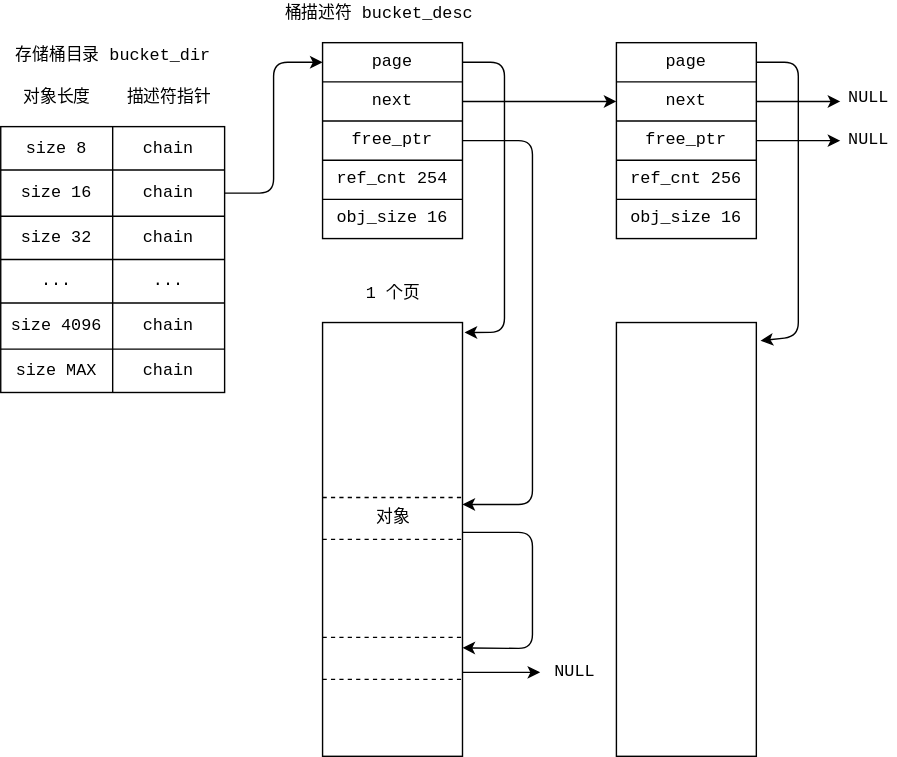
Above: img/bucket.drawio.svg in ustc-tamako/tamako (draw.io), before the change. Source tidied: cells renumbered, new cells last; positions are measured from the earlier drawing's top-left corner, leaving out a move shared by most shapes.
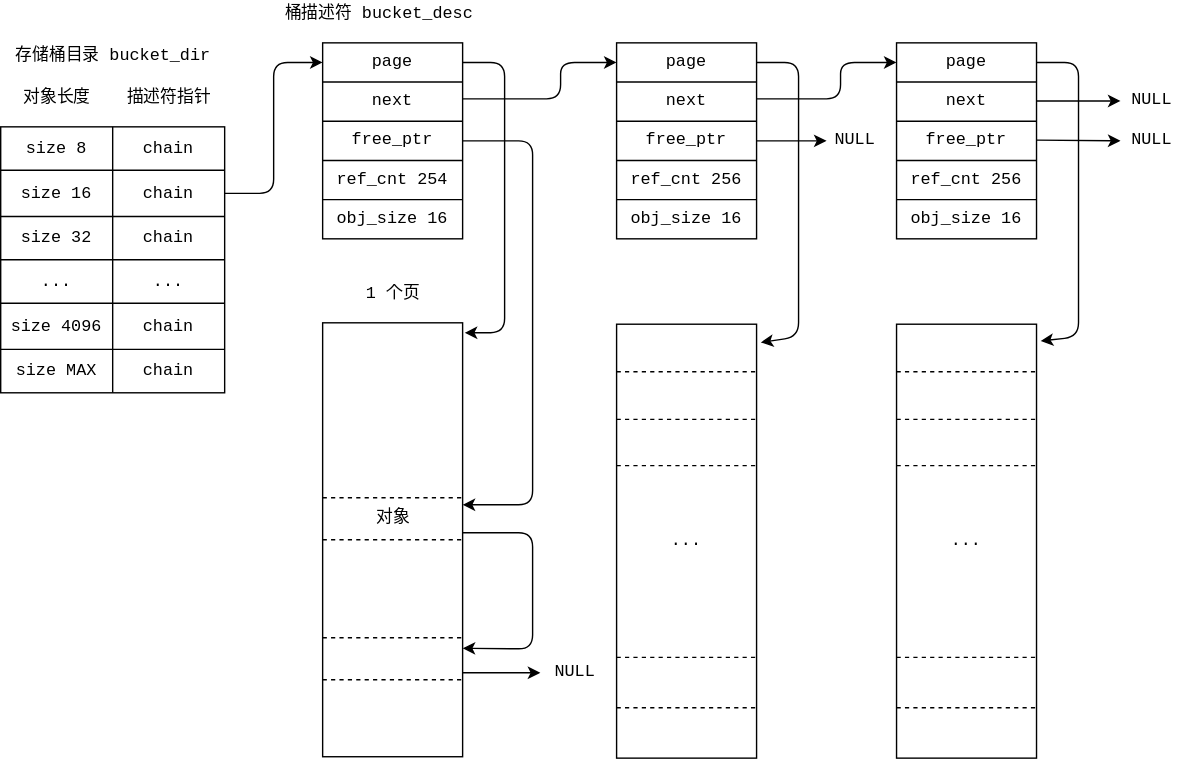
After the commit.

The edit, as a diff of the source:
```diff
@@ -140,15 +140,25 @@
     <mxCell id="47" value="obj_size 16" style="shape=partialRectangle;html=1;whiteSpace=wrap;overflow=hidden;fillColor=none;top=0;left=0;bottom=0;right=0;fontFamily=Courier New;fontSize=12;" parent="46" vertex="1">
       <mxGeometry width="100" height="28" as="geometry" />
     </mxCell>
-    <mxCell id="48" style="edgeStyle=none;html=1;fontFamily=Courier New;fontSize=12;entryX=0;entryY=0.5;entryDx=0;entryDy=0;" parent="1" edge="1" source="27" target="40">
-      <mxGeometry relative="1" as="geometry" />
+    <mxCell id="48" style="edgeStyle=none;html=1;fontFamily=Courier New;fontSize=12;entryX=0;entryY=0.5;entryDx=0;entryDy=0;" parent="1" edge="1" target="38">
+      <mxGeometry relative="1" as="geometry">
+        <mxPoint x="330" y="70" as="sourcePoint" />
+        <Array as="points">
+          <mxPoint x="400" y="70" />
+          <mxPoint x="400" y="44" />
+        </Array>
+      </mxGeometry>
     </mxCell>
     <mxCell id="49" value="NULL" style="text;html=1;align=center;verticalAlign=middle;strokeColor=none;fillColor=none;fontSize=12;fontFamily=Courier New;" parent="1" vertex="1">
-      <mxGeometry x="600" y="60" width="40" height="20" as="geometry" />
+      <mxGeometry x="802" y="61" width="40" height="20" as="geometry" />
     </mxCell>
-    <mxCell id="50" style="edgeStyle=none;html=1;exitX=1;exitY=0.5;exitDx=0;exitDy=0;fontFamily=Courier New;fontSize=12;" parent="1" edge="1" source="40">
+    <mxCell id="50" style="edgeStyle=none;html=1;fontFamily=Courier New;fontSize=12;entryX=0;entryY=0.5;entryDx=0;entryDy=0;" parent="1" edge="1" target="68">
       <mxGeometry relative="1" as="geometry">
-        <mxPoint x="600" y="72" as="targetPoint" />
+        <mxPoint x="540" y="70" as="sourcePoint" />
+        <Array as="points">
+          <mxPoint x="600" y="70" />
+          <mxPoint x="600" y="44" />
+        </Array>
       </mxGeometry>
     </mxCell>
     <mxCell id="51" style="rounded=0;whiteSpace=wrap;html=1;fontFamily=Courier New;fontSize=12;" parent="1" vertex="1">
@@ -206,8 +216,8 @@
     <mxCell id="61" value="NULL" style="text;html=1;align=center;verticalAlign=middle;points=[];strokeColor=none;fillColor=none;fontSize=12;fontFamily=Courier New;" parent="1" vertex="1">
       <mxGeometry x="390" y="470" width="40" height="20" as="geometry" />
     </mxCell>
-    <mxCell id="62" style="rounded=0;whiteSpace=wrap;html=1;fontFamily=Courier New;fontSize=12;" parent="1" vertex="1">
-      <mxGeometry x="440" y="230" width="100" height="310" as="geometry" />
+    <mxCell id="62" value="..." style="rounded=0;whiteSpace=wrap;html=1;fontFamily=Courier New;fontSize=12;" parent="1" vertex="1">
+      <mxGeometry x="440" y="231" width="100" height="310" as="geometry" />
     </mxCell>
     <mxCell id="63" style="edgeStyle=none;html=1;fontFamily=Courier New;fontSize=12;exitX=1;exitY=0.5;exitDx=0;exitDy=0;entryX=1.03;entryY=0.042;entryDx=0;entryDy=0;entryPerimeter=0;" parent="1" edge="1" source="38" target="62">
       <mxGeometry relative="1" as="geometry">
@@ -220,14 +230,105 @@
     </mxCell>
     <mxCell id="64" style="edgeStyle=none;html=1;exitX=1;exitY=0.5;exitDx=0;exitDy=0;fontFamily=Courier New;fontSize=12;" parent="1" edge="1" source="42">
       <mxGeometry relative="1" as="geometry">
-        <mxPoint x="600" y="100" as="targetPoint" />
+        <mxPoint x="590" y="100" as="targetPoint" />
       </mxGeometry>
     </mxCell>
     <mxCell id="65" value="NULL" style="text;html=1;align=center;verticalAlign=middle;strokeColor=none;fillColor=none;fontSize=12;fontFamily=Courier New;" parent="1" vertex="1">
-      <mxGeometry x="600" y="90" width="40" height="20" as="geometry" />
+      <mxGeometry x="590" y="90" width="40" height="20" as="geometry" />
     </mxCell>
     <mxCell id="66" value="对象" style="text;html=1;align=center;verticalAlign=middle;strokeColor=none;fillColor=none;fontSize=12;fontFamily=Courier New;" parent="1" vertex="1">
       <mxGeometry x="260" y="360" width="40" height="20" as="geometry" />
     </mxCell>
+    <mxCell id="67" style="shape=table;startSize=0;fontFamily=Courier New;fontSize=12;" parent="1" vertex="1">
+      <mxGeometry x="640" y="30" width="100" height="140" as="geometry" />
+    </mxCell>
+    <mxCell id="68" style="shape=partialRectangle;fillColor=none;top=0;left=0;bottom=0;right=0;points=[[0,0.5],[1,0.5]];portConstraint=eastwest;fontFamily=Courier New;fontSize=12;" parent="67" vertex="1">
+      <mxGeometry width="100" height="28" as="geometry" />
+    </mxCell>
+    <mxCell id="69" value="page" style="shape=partialRectangle;html=1;whiteSpace=wrap;overflow=hidden;fillColor=none;top=0;left=0;bottom=0;right=0;fontFamily=Courier New;fontSize=12;" parent="68" vertex="1">
+      <mxGeometry width="100" height="28" as="geometry" />
+    </mxCell>
+    <mxCell id="70" style="shape=partialRectangle;fillColor=none;top=0;left=0;bottom=0;right=0;fontFamily=Courier New;fontSize=12;" parent="67" vertex="1">
+      <mxGeometry y="28" width="100" height="28" as="geometry" />
+    </mxCell>
+    <mxCell id="71" value="next" style="shape=partialRectangle;html=1;whiteSpace=wrap;overflow=hidden;fillColor=none;top=0;left=0;bottom=0;right=0;fontFamily=Courier New;fontSize=12;" parent="70" vertex="1">
+      <mxGeometry width="100" height="28" as="geometry" />
+    </mxCell>
+    <mxCell id="72" style="shape=partialRectangle;fillColor=none;top=0;left=0;bottom=0;right=0;fontFamily=Courier New;fontSize=12;" parent="67" vertex="1">
+      <mxGeometry y="56" width="100" height="28" as="geometry" />
+    </mxCell>
+    <mxCell id="73" value="free_ptr" style="shape=partialRectangle;html=1;whiteSpace=wrap;overflow=hidden;fillColor=none;top=0;left=0;bottom=0;right=0;fontFamily=Courier New;fontSize=12;" parent="72" vertex="1">
+      <mxGeometry width="100" height="28" as="geometry" />
+    </mxCell>
+    <mxCell id="74" style="shape=partialRectangle;fillColor=none;top=0;left=0;bottom=0;right=0;fontFamily=Courier New;fontSize=12;" parent="67" vertex="1">
+      <mxGeometry y="84" width="100" height="28" as="geometry" />
+    </mxCell>
+    <mxCell id="75" value="ref_cnt 256" style="shape=partialRectangle;html=1;whiteSpace=wrap;overflow=hidden;fillColor=none;top=0;left=0;bottom=0;right=0;fontFamily=Courier New;fontSize=12;" parent="74" vertex="1">
+      <mxGeometry width="100" height="28" as="geometry" />
+    </mxCell>
+    <mxCell id="76" style="shape=partialRectangle;fillColor=none;top=0;left=0;bottom=0;right=0;fontFamily=Courier New;fontSize=12;" parent="67" vertex="1">
+      <mxGeometry y="112" width="100" height="28" as="geometry" />
+    </mxCell>
+    <mxCell id="77" value="obj_size 16" style="shape=partialRectangle;html=1;whiteSpace=wrap;overflow=hidden;fillColor=none;top=0;left=0;bottom=0;right=0;fontFamily=Courier New;fontSize=12;" parent="76" vertex="1">
+      <mxGeometry width="100" height="28" as="geometry" />
+    </mxCell>
+    <mxCell id="78" style="edgeStyle=none;html=1;fontFamily=Courier New;fontSize=12;exitX=1;exitY=0.5;exitDx=0;exitDy=0;entryX=1.03;entryY=0.042;entryDx=0;entryDy=0;entryPerimeter=0;" parent="1" edge="1" source="68">
+      <mxGeometry relative="1" as="geometry">
+        <mxPoint x="743" y="243" as="targetPoint" />
+        <Array as="points">
+          <mxPoint x="770" y="44" />
+          <mxPoint x="770" y="140" />
+          <mxPoint x="770" y="240" />
+        </Array>
+      </mxGeometry>
+    </mxCell>
+    <mxCell id="79" style="edgeStyle=none;html=1;exitX=1;exitY=0.5;exitDx=0;exitDy=0;fontFamily=Courier New;fontSize=12;" parent="1" edge="1">
+      <mxGeometry relative="1" as="geometry">
+        <mxPoint x="740" y="71.5" as="sourcePoint" />
+        <mxPoint x="800" y="71.5" as="targetPoint" />
+      </mxGeometry>
+    </mxCell>
+    <mxCell id="80" style="edgeStyle=none;html=1;exitX=1;exitY=0.5;exitDx=0;exitDy=0;fontFamily=Courier New;fontSize=12;" parent="1" edge="1">
+      <mxGeometry relative="1" as="geometry">
+        <mxPoint x="740" y="99.5" as="sourcePoint" />
+        <mxPoint x="800" y="100" as="targetPoint" />
+      </mxGeometry>
+    </mxCell>
+    <mxCell id="81" value="NULL" style="text;html=1;align=center;verticalAlign=middle;strokeColor=none;fillColor=none;fontSize=12;fontFamily=Courier New;" parent="1" vertex="1">
+      <mxGeometry x="802" y="90" width="40" height="20" as="geometry" />
+    </mxCell>
+    <mxCell id="82" style="line;strokeWidth=1;html=1;fontFamily=Courier New;fontSize=12;dashed=1;" parent="1" vertex="1">
+      <mxGeometry x="440" y="260" width="100" height="10" as="geometry" />
+    </mxCell>
+    <mxCell id="83" style="line;strokeWidth=1;html=1;fontFamily=Courier New;fontSize=12;dashed=1;" parent="1" vertex="1">
+      <mxGeometry x="440" y="294" width="100" height="10" as="geometry" />
+    </mxCell>
+    <mxCell id="84" style="line;strokeWidth=1;html=1;fontFamily=Courier New;fontSize=12;dashed=1;" parent="1" vertex="1">
+      <mxGeometry x="440" y="327" width="100" height="10" as="geometry" />
+    </mxCell>
+    <mxCell id="85" style="line;strokeWidth=1;html=1;fontFamily=Courier New;fontSize=12;dashed=1;" parent="1" vertex="1">
+      <mxGeometry x="440" y="500" width="100" height="10" as="geometry" />
+    </mxCell>
+    <mxCell id="86" style="line;strokeWidth=1;html=1;fontFamily=Courier New;fontSize=12;dashed=1;" parent="1" vertex="1">
+      <mxGeometry x="440" y="464" width="100" height="10" as="geometry" />
+    </mxCell>
+    <mxCell id="87" value="..." style="rounded=0;whiteSpace=wrap;html=1;fontFamily=Courier New;fontSize=12;" parent="1" vertex="1">
+      <mxGeometry x="640" y="231" width="100" height="310" as="geometry" />
+    </mxCell>
+    <mxCell id="88" style="line;strokeWidth=1;html=1;fontFamily=Courier New;fontSize=12;dashed=1;" parent="1" vertex="1">
+      <mxGeometry x="640" y="260" width="100" height="10" as="geometry" />
+    </mxCell>
+    <mxCell id="89" style="line;strokeWidth=1;html=1;fontFamily=Courier New;fontSize=12;dashed=1;" parent="1" vertex="1">
+      <mxGeometry x="640" y="294" width="100" height="10" as="geometry" />
+    </mxCell>
+    <mxCell id="90" style="line;strokeWidth=1;html=1;fontFamily=Courier New;fontSize=12;dashed=1;" parent="1" vertex="1">
+      <mxGeometry x="640" y="327" width="100" height="10" as="geometry" />
+    </mxCell>
+    <mxCell id="91" style="line;strokeWidth=1;html=1;fontFamily=Courier New;fontSize=12;dashed=1;" parent="1" vertex="1">
+      <mxGeometry x="640" y="500" width="100" height="10" as="geometry" />
+    </mxCell>
+    <mxCell id="92" style="line;strokeWidth=1;html=1;fontFamily=Courier New;fontSize=12;dashed=1;" parent="1" vertex="1">
+      <mxGeometry x="640" y="464" width="100" height="10" as="geometry" />
+    </mxCell>
   </root>
 </mxGraphModel>
```
